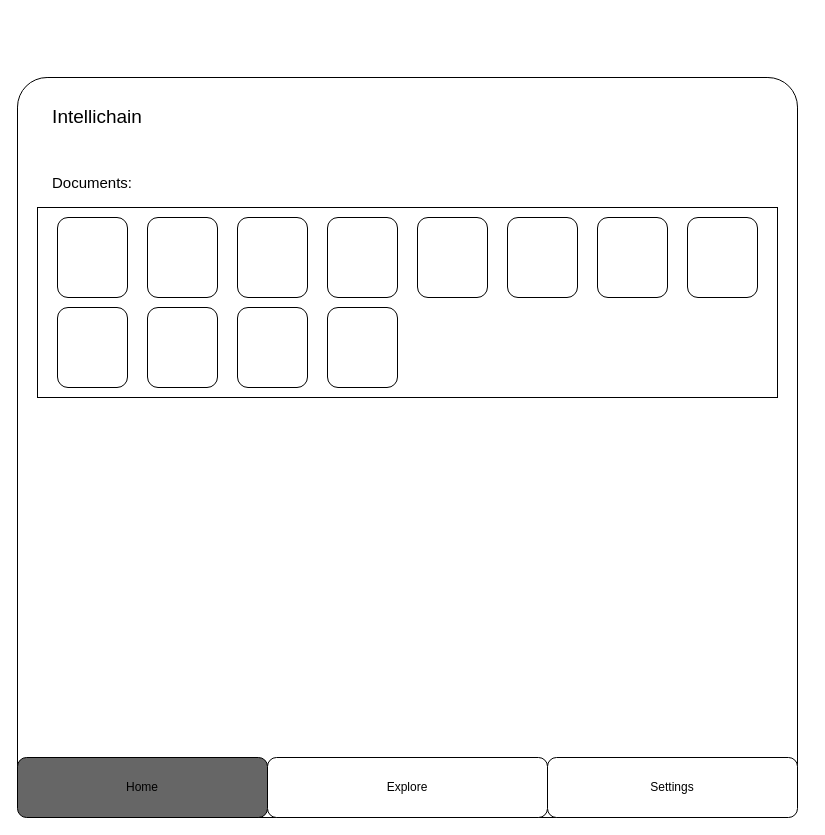
The draw.io diagram IntelliChain Wireframes.drawio in IntelliChain-DIPS/Documents, before the edit. Source tidied: cells renumbered, new cells numbered last; positions are measured from the earlier drawing's top-left corner, leaving out a move shared by most shapes. Both pictures are drawn from the tidied source at 100%, with x=0, y=0 at pixel (17, 77).
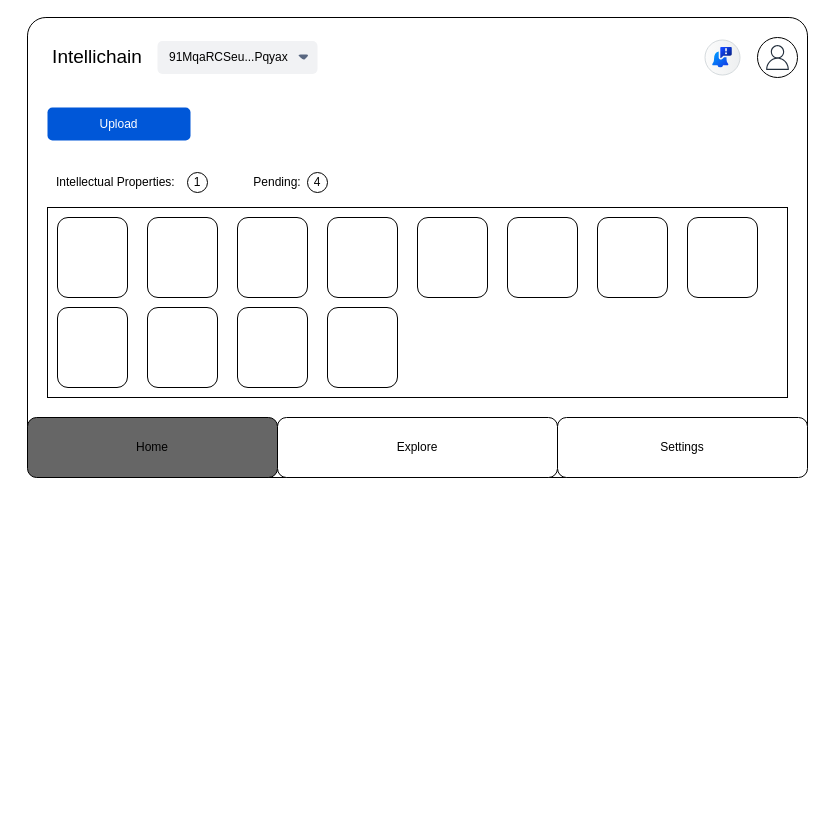
Above is the later version.

The edit, as a diff of the source:
```diff
@@
     <mxCell id="2" style="rounded=1;whiteSpace=wrap;html=1;arcSize=4;" parent="1" vertex="1">
-      <mxGeometry width="780" height="740" as="geometry" />
+      <mxGeometry x="10" y="-60" width="780" height="460" as="geometry" />
     </mxCell>
     <mxCell id="3" value="Intellichain" style="text;html=1;align=center;verticalAlign=middle;whiteSpace=wrap;rounded=0;fontFamily=Helvetica;fontSize=19;fontColor=default;" parent="1" vertex="1">
-      <mxGeometry x="20" y="20" width="120" height="40" as="geometry" />
+      <mxGeometry x="20" y="-40" width="120" height="40" as="geometry" />
     </mxCell>
-    <mxCell id="4" value="Documents:" style="text;html=1;align=center;verticalAlign=middle;whiteSpace=wrap;rounded=0;fontFamily=Helvetica;fontSize=15;fontColor=default;" parent="1" vertex="1">
-      <mxGeometry x="30" y="90" width="90" height="30" as="geometry" />
-    </mxCell>
     <mxCell id="5" style="rounded=0;whiteSpace=wrap;html=1;strokeColor=default;align=center;verticalAlign=middle;fontFamily=Helvetica;fontSize=12;fontColor=default;fillColor=default;" parent="1" vertex="1">
-      <mxGeometry x="20" y="130" width="740" height="190" as="geometry" />
+      <mxGeometry x="30" y="130" width="740" height="190" as="geometry" />
     </mxCell>
@@
     <mxCell id="18" style="group;" parent="1" vertex="1">
-      <mxGeometry y="680" width="780" height="60" as="geometry" />
+      <mxGeometry x="10" y="340" width="780" height="60" as="geometry" />
     </mxCell>
@@
+    <mxCell id="22" style="group;" parent="1" vertex="1">
+      <mxGeometry x="30" y="90" width="160" height="30" as="geometry" />
+    </mxCell>
+    <mxCell id="23" value="Intellectual Properties:&amp;nbsp;" style="text;html=1;align=center;verticalAlign=middle;whiteSpace=wrap;rounded=0;fontFamily=Helvetica;fontSize=12;fontColor=default;" parent="22" vertex="1">
+      <mxGeometry width="140" height="30" as="geometry" />
+    </mxCell>
+    <mxCell id="24" value="1" style="ellipse;whiteSpace=wrap;html=1;rounded=1;strokeColor=default;align=center;verticalAlign=middle;fontFamily=Helvetica;fontSize=12;fontColor=default;fillColor=default;" parent="22" vertex="1">
+      <mxGeometry x="140" y="5" width="20" height="20" as="geometry" />
+    </mxCell>
+    <mxCell id="25" value="Pending:" style="text;html=1;align=center;verticalAlign=middle;whiteSpace=wrap;rounded=0;fontFamily=Helvetica;fontSize=12;fontColor=default;" parent="1" vertex="1">
+      <mxGeometry x="230" y="90" width="60" height="30" as="geometry" />
+    </mxCell>
+    <mxCell id="26" value="4" style="ellipse;whiteSpace=wrap;html=1;rounded=1;strokeColor=default;align=center;verticalAlign=middle;fontFamily=Helvetica;fontSize=12;fontColor=default;fillColor=default;" parent="1" vertex="1">
+      <mxGeometry x="290" y="95" width="20" height="20" as="geometry" />
+    </mxCell>
+    <mxCell id="27" style="shape=mxgraph.sap.icon;labelPosition=center;verticalLabelPosition=bottom;align=center;verticalAlign=top;strokeWidth=1;strokeColor=#D5DADD;fillColor=#EDEFF0;gradientColor=#FCFCFC;gradientDirection=west;SAPIcon=SAP_Alert_Notification_service_for_SAP_BTP;rounded=1;fontFamily=Helvetica;fontSize=12;fontColor=default;" parent="1" vertex="1">
+      <mxGeometry x="687.5" y="-37.5" width="35" height="35" as="geometry" />
+    </mxCell>
+    <mxCell id="28" style="edgeStyle=orthogonalEdgeStyle;rounded=0;orthogonalLoop=1;jettySize=auto;html=1;exitX=0.5;exitY=1;exitDx=0;exitDy=0;fontFamily=Helvetica;fontSize=12;fontColor=default;" parent="1" edge="1">
+      <mxGeometry relative="1" as="geometry">
+        <mxPoint x="230" y="-5" as="sourcePoint" />
+        <mxPoint x="230" y="-5" as="targetPoint" />
+      </mxGeometry>
+    </mxCell>
+    <mxCell id="29" value="&lt;span style=&quot;color: rgb(0, 0, 0);&quot;&gt;91MqaRCSeu...Pqyax&lt;/span&gt;" style="rounded=1;fillColor=#F1F2F4;strokeColor=none;html=1;whiteSpace=wrap;fontColor=#596780;align=left;fontSize=12;spacingLeft=10;sketch=0;verticalAlign=middle;fontFamily=Helvetica;" parent="1" vertex="1">
+      <mxGeometry x="140" y="-36.5" width="160" height="33" as="geometry" />
+    </mxCell>
+    <mxCell id="30" style="shape=triangle;direction=south;fillColor=#596780;strokeColor=none;html=1;sketch=0;rounded=1;align=center;verticalAlign=middle;fontFamily=Helvetica;fontSize=12;fontColor=default;" parent="29" vertex="1">
+      <mxGeometry x="1" y="0.5" width="12" height="6" relative="1" as="geometry">
+        <mxPoint x="-20" y="-3" as="offset" />
+      </mxGeometry>
+    </mxCell>
+    <mxCell id="31" value="Upload" style="rounded=1;fillColor=#0057D8;strokeColor=none;html=1;whiteSpace=wrap;fontColor=#ffffff;align=center;verticalAlign=middle;fontStyle=0;fontSize=12;sketch=0;fontFamily=Helvetica;" parent="1" vertex="1">
+      <mxGeometry x="30" y="30" width="143" height="33" as="geometry" />
+    </mxCell>
+    <mxCell id="32" style="group;" parent="1" vertex="1">
+      <mxGeometry x="740" y="-40" width="40" height="40" as="geometry" />
+    </mxCell>
+    <mxCell id="33" style="ellipse;whiteSpace=wrap;html=1;rounded=1;strokeColor=default;align=center;verticalAlign=middle;fontFamily=Helvetica;fontSize=12;fontColor=default;fillColor=default;" parent="32" vertex="1">
+      <mxGeometry width="40" height="40" as="geometry" />
+    </mxCell>
+    <mxCell id="34" style="sketch=0;fontColor=#232F3E;gradientColor=none;fillColor=#232F3D;strokeColor=none;dashed=0;verticalLabelPosition=bottom;verticalAlign=top;align=center;html=1;fontSize=12;fontStyle=0;shape=mxgraph.aws4.user;rounded=1;fontFamily=Helvetica;" parent="32" vertex="1">
+      <mxGeometry x="7.5" y="7.5" width="25" height="25" as="geometry" />
+    </mxCell>
```
